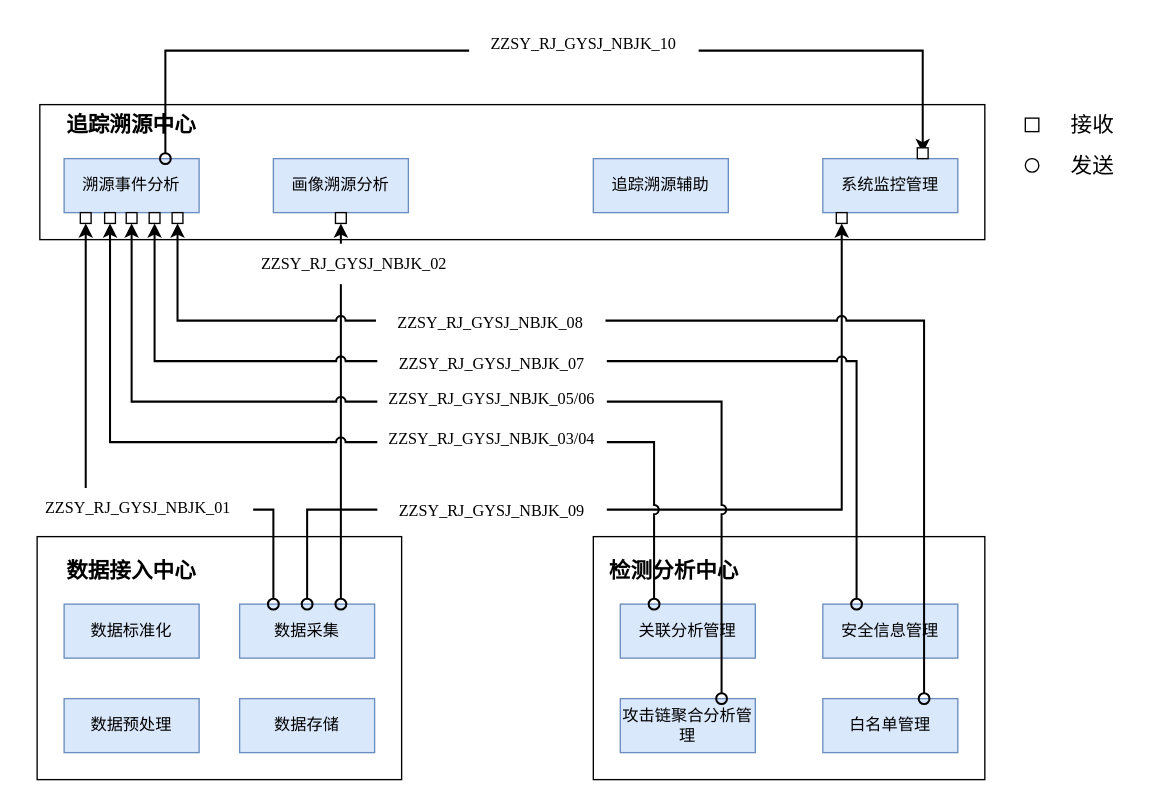
Earlier version of the draw.io diagram 概要设计-内部接口设计.drawio (popvlovs/popvlovs-repository). Source tidied: cells renumbered, new cells numbered last; positions are measured from the earlier drawing's top-left corner, leaving out a move shared by most shapes. Both pictures are drawn from the tidied source at 135%, with x=0, y=0 at pixel (23, 23).
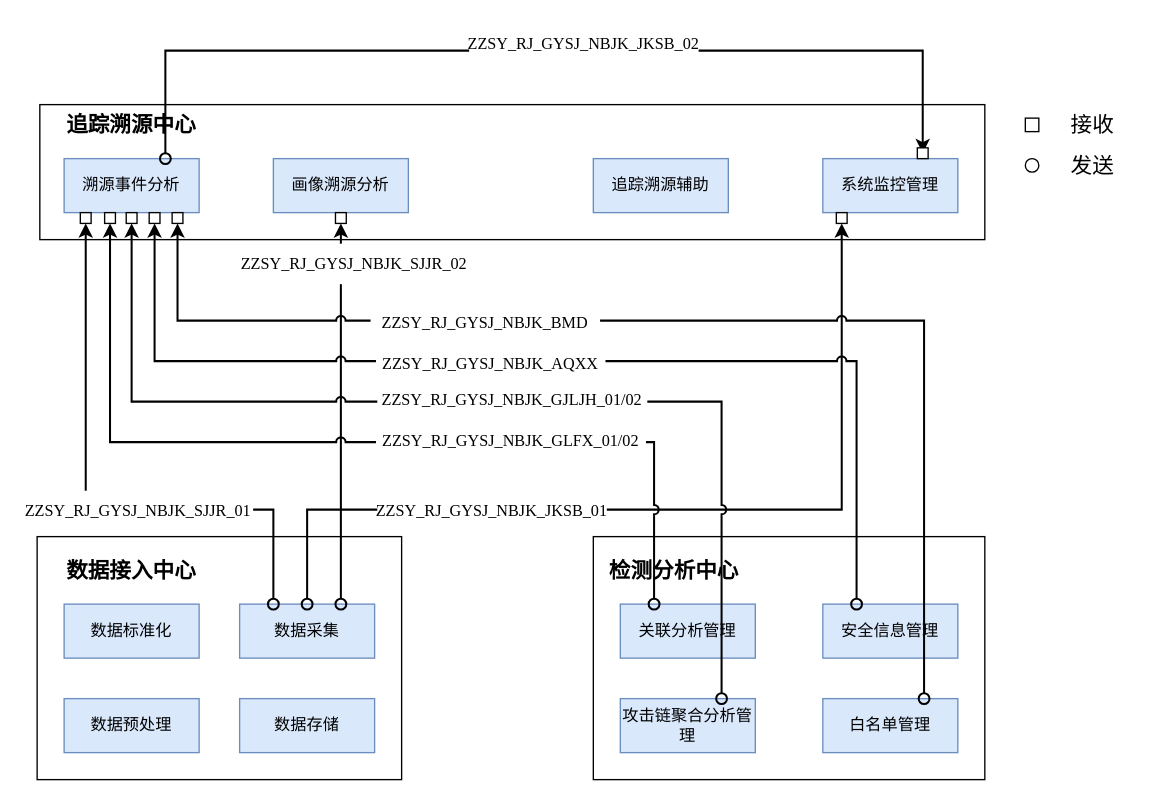
The same diagram, later.

Commit message:
Update 概要设计-内部接口设计.drawio

The edit, as a diff of the source:
```diff
@@
-    <mxCell id="29" value="&lt;span lang=&quot;EN-US&quot; style=&quot;font-size: 12px; font-family: &amp;quot;times new roman&amp;quot;, serif;&quot;&gt;ZZSY_RJ_GYSJ_NBJK_01&lt;/span&gt;" style="text;html=1;strokeColor=none;fillColor=#FFFFFF;align=center;verticalAlign=middle;whiteSpace=wrap;rounded=0;fontFamily=Helvetica;fontSize=12;fontColor=default;" parent="1" vertex="1">
-      <mxGeometry y="344" width="170" height="30" as="geometry" />
+    <mxCell id="29" value="&lt;span lang=&quot;EN-US&quot; style=&quot;font-size: 12px ; font-family: &amp;#34;times new roman&amp;#34; , serif&quot;&gt;ZZSY_RJ_GYSJ_NBJK_SJJR_01&lt;/span&gt;" style="text;html=1;strokeColor=none;fillColor=#FFFFFF;align=center;verticalAlign=middle;whiteSpace=wrap;rounded=0;fontFamily=Helvetica;fontSize=12;fontColor=default;" parent="1" vertex="1">
+      <mxGeometry y="346" width="170" height="30" as="geometry" />
     </mxCell>
@@
-    <mxCell id="37" value="&lt;span lang=&quot;EN-US&quot; style=&quot;font-size: 12px ; font-family: &amp;#34;times new roman&amp;#34; , serif&quot;&gt;ZZSY_RJ_GYSJ_NBJK_02&lt;/span&gt;" style="text;html=1;strokeColor=none;fillColor=#FFFFFF;align=center;verticalAlign=middle;whiteSpace=wrap;rounded=0;fontFamily=Helvetica;fontSize=12;fontColor=default;" parent="1" vertex="1">
+    <mxCell id="37" value="&lt;span lang=&quot;EN-US&quot; style=&quot;font-size: 12px ; font-family: &amp;#34;times new roman&amp;#34; , serif&quot;&gt;ZZSY_RJ_GYSJ_NBJK_SJJR_02&lt;/span&gt;" style="text;html=1;strokeColor=none;fillColor=#FFFFFF;align=center;verticalAlign=middle;whiteSpace=wrap;rounded=0;fontFamily=Helvetica;fontSize=12;fontColor=default;" parent="1" vertex="1">
       <mxGeometry x="160" y="163" width="170" height="30" as="geometry" />
     </mxCell>
-    <mxCell id="38" value="&lt;span lang=&quot;EN-US&quot; style=&quot;font-size: 12px ; font-family: &amp;#34;times new roman&amp;#34; , serif&quot;&gt;ZZSY_RJ_GYSJ_NBJK_03/04&lt;/span&gt;" style="text;html=1;strokeColor=none;fillColor=#FFFFFF;align=center;verticalAlign=middle;whiteSpace=wrap;rounded=0;fontFamily=Helvetica;fontSize=12;fontColor=default;" parent="1" vertex="1">
-      <mxGeometry x="262" y="293" width="170" height="30" as="geometry" />
+    <mxCell id="38" value="&lt;span lang=&quot;EN-US&quot; style=&quot;font-size: 12px ; font-family: &amp;#34;times new roman&amp;#34; , serif&quot;&gt;ZZSY_RJ_GYSJ_NBJK_GLFX_01/02&lt;/span&gt;" style="text;html=1;strokeColor=none;fillColor=#FFFFFF;align=center;verticalAlign=middle;whiteSpace=wrap;rounded=0;fontFamily=Helvetica;fontSize=12;fontColor=default;" parent="1" vertex="1">
+      <mxGeometry x="261" y="294" width="200" height="30" as="geometry" />
     </mxCell>
-    <mxCell id="39" value="&lt;span lang=&quot;EN-US&quot; style=&quot;font-size: 12px ; font-family: &amp;#34;times new roman&amp;#34; , serif&quot;&gt;ZZSY_RJ_GYSJ_NBJK_10&lt;/span&gt;" style="text;html=1;strokeColor=none;fillColor=#FFFFFF;align=center;verticalAlign=middle;whiteSpace=wrap;rounded=0;fontFamily=Helvetica;fontSize=12;fontColor=default;" parent="1" vertex="1">
+    <mxCell id="39" value="&lt;span lang=&quot;EN-US&quot; style=&quot;font-size: 12px ; font-family: &amp;#34;times new roman&amp;#34; , serif&quot;&gt;ZZSY_RJ_GYSJ_NBJK_JKSB_02&lt;/span&gt;" style="text;html=1;strokeColor=none;fillColor=#FFFFFF;align=center;verticalAlign=middle;whiteSpace=wrap;rounded=0;fontFamily=Helvetica;fontSize=12;fontColor=default;" parent="1" vertex="1">
       <mxGeometry x="330" width="170" height="30" as="geometry" />
     </mxCell>
-    <mxCell id="40" value="&lt;span lang=&quot;EN-US&quot; style=&quot;font-size: 12px ; font-family: &amp;#34;times new roman&amp;#34; , serif&quot;&gt;ZZSY_RJ_GYSJ_NBJK_09&lt;/span&gt;" style="text;html=1;strokeColor=none;fillColor=#FFFFFF;align=center;verticalAlign=middle;whiteSpace=wrap;rounded=0;fontFamily=Helvetica;fontSize=12;fontColor=default;" parent="1" vertex="1">
+    <mxCell id="40" value="&lt;span lang=&quot;EN-US&quot; style=&quot;font-size: 12px ; font-family: &amp;#34;times new roman&amp;#34; , serif&quot;&gt;ZZSY_RJ_GYSJ_NBJK_JKSB_01&lt;/span&gt;" style="text;html=1;strokeColor=none;fillColor=#FFFFFF;align=center;verticalAlign=middle;whiteSpace=wrap;rounded=0;fontFamily=Helvetica;fontSize=12;fontColor=default;" parent="1" vertex="1">
       <mxGeometry x="262" y="346" width="170" height="30" as="geometry" />
     </mxCell>
-    <mxCell id="41" value="&lt;span lang=&quot;EN-US&quot; style=&quot;font-size: 12px ; font-family: &amp;#34;times new roman&amp;#34; , serif&quot;&gt;ZZSY_RJ_GYSJ_NBJK_05/06&lt;/span&gt;" style="text;html=1;strokeColor=none;fillColor=#FFFFFF;align=center;verticalAlign=middle;whiteSpace=wrap;rounded=0;fontFamily=Helvetica;fontSize=12;fontColor=default;" parent="1" vertex="1">
-      <mxGeometry x="262" y="263" width="170" height="30" as="geometry" />
+    <mxCell id="41" value="&lt;span lang=&quot;EN-US&quot; style=&quot;font-size: 12px ; font-family: &amp;#34;times new roman&amp;#34; , serif&quot;&gt;ZZSY_RJ_GYSJ_NBJK_GJLJH_01/02&lt;/span&gt;" style="text;html=1;strokeColor=none;fillColor=#FFFFFF;align=center;verticalAlign=middle;whiteSpace=wrap;rounded=0;fontFamily=Helvetica;fontSize=12;fontColor=default;" parent="1" vertex="1">
+      <mxGeometry x="262" y="264" width="200" height="30" as="geometry" />
     </mxCell>
-    <mxCell id="42" value="&lt;span lang=&quot;EN-US&quot; style=&quot;font-size: 12px ; font-family: &amp;#34;times new roman&amp;#34; , serif&quot;&gt;ZZSY_RJ_GYSJ_NBJK_07&lt;/span&gt;" style="text;html=1;strokeColor=none;fillColor=#FFFFFF;align=center;verticalAlign=middle;whiteSpace=wrap;rounded=0;fontFamily=Helvetica;fontSize=12;fontColor=default;" parent="1" vertex="1">
-      <mxGeometry x="262" y="237" width="170" height="30" as="geometry" />
+    <mxCell id="42" value="&lt;span lang=&quot;EN-US&quot; style=&quot;font-size: 12px ; font-family: &amp;#34;times new roman&amp;#34; , serif&quot;&gt;ZZSY_RJ_GYSJ_NBJK_AQXX&lt;/span&gt;" style="text;html=1;strokeColor=none;fillColor=#FFFFFF;align=center;verticalAlign=middle;whiteSpace=wrap;rounded=0;fontFamily=Helvetica;fontSize=12;fontColor=default;" parent="1" vertex="1">
+      <mxGeometry x="261" y="237" width="170" height="30" as="geometry" />
     </mxCell>
-    <mxCell id="43" value="&lt;span lang=&quot;EN-US&quot; style=&quot;font-size: 12px ; font-family: &amp;#34;times new roman&amp;#34; , serif&quot;&gt;ZZSY_RJ_GYSJ_NBJK_08&lt;/span&gt;" style="text;html=1;strokeColor=none;fillColor=#FFFFFF;align=center;verticalAlign=middle;whiteSpace=wrap;rounded=0;fontFamily=Helvetica;fontSize=12;fontColor=default;" parent="1" vertex="1">
-      <mxGeometry x="261" y="207" width="170" height="30" as="geometry" />
+    <mxCell id="43" value="&lt;span lang=&quot;EN-US&quot; style=&quot;font-size: 12px ; font-family: &amp;#34;times new roman&amp;#34; , serif&quot;&gt;ZZSY_RJ_GYSJ_NBJK_BMD&lt;/span&gt;" style="text;html=1;strokeColor=none;fillColor=#FFFFFF;align=center;verticalAlign=middle;whiteSpace=wrap;rounded=0;fontFamily=Helvetica;fontSize=12;fontColor=default;" parent="1" vertex="1">
+      <mxGeometry x="257" y="207" width="170" height="30" as="geometry" />
     </mxCell>
```
